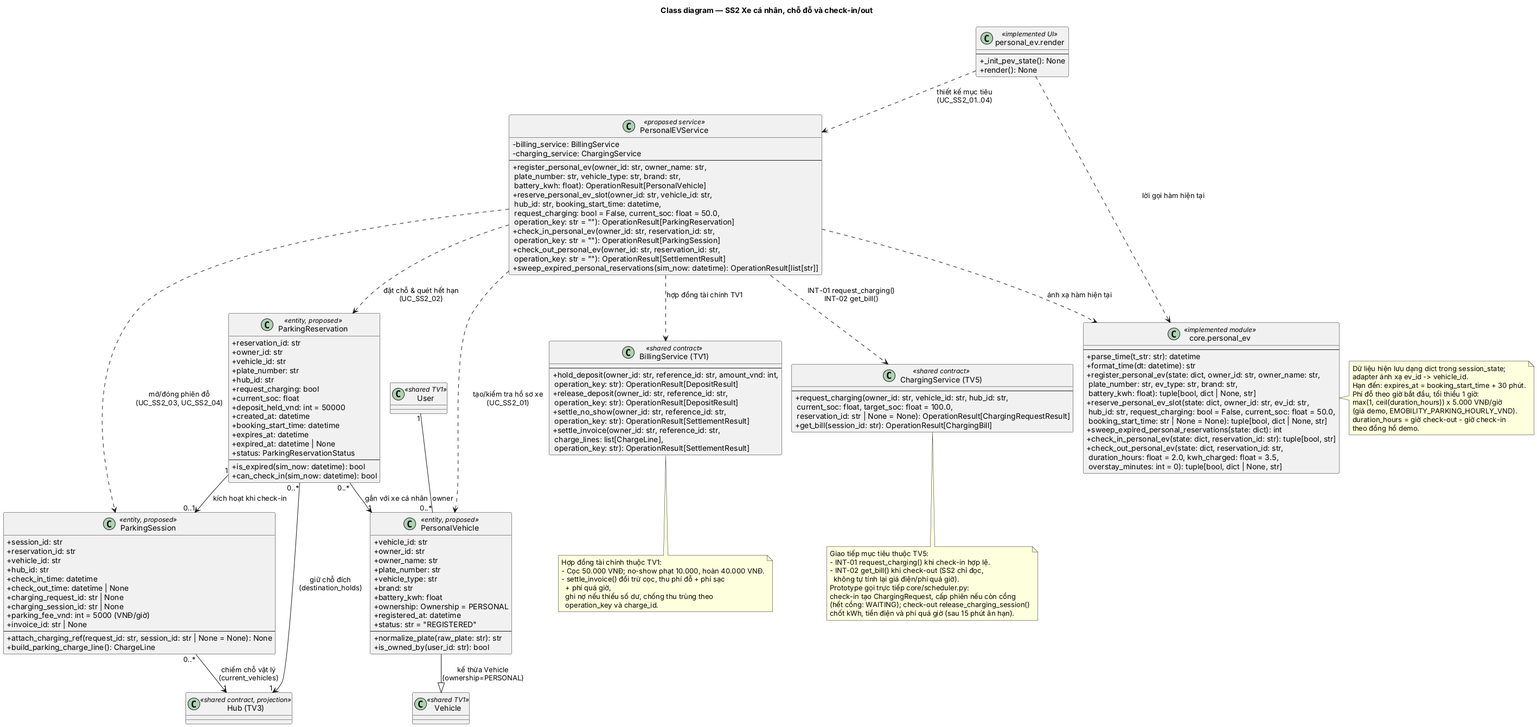
Earlier version of the PlantUML export docs/diagrams/submission_3/SS2/class_diagram.png (Dat-nguyen195/BTL_CNPM).
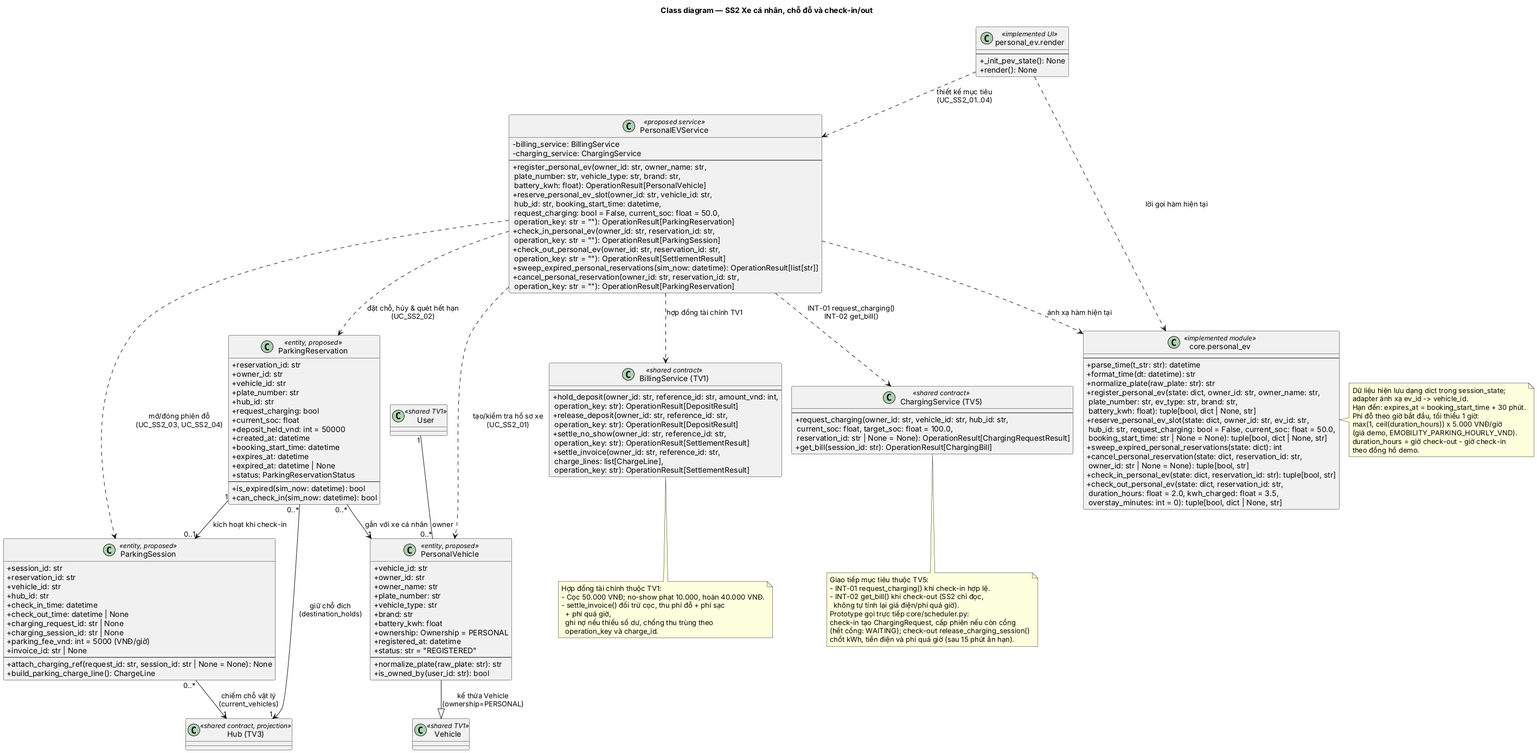
Above is the later version.

What changed in the source:
```diff
@@ -69,6 +69,7 @@
   +check_in_personal_ev(owner_id: str, reservation_id: str,\n operation_key: str = ""): OperationResult[ParkingSession]
   +check_out_personal_ev(owner_id: str, reservation_id: str,\n operation_key: str = ""): OperationResult[SettlementResult]
   +sweep_expired_personal_reservations(sim_now: datetime): OperationResult[list[str]]
+  +cancel_personal_reservation(owner_id: str, reservation_id: str,\n operation_key: str = ""): OperationResult[ParkingReservation]
 }
 
 class "personal_ev.render" as SS2UI <<implemented UI>> {
@@ -81,9 +82,11 @@
   --
   +parse_time(t_str: str): datetime
   +format_time(dt: datetime): str
+  +normalize_plate(raw_plate: str): str
   +register_personal_ev(state: dict, owner_id: str, owner_name: str,\n plate_number: str, ev_type: str, brand: str,\n battery_kwh: float): tuple[bool, dict | None, str]
   +reserve_personal_ev_slot(state: dict, owner_id: str, ev_id: str,\n hub_id: str, request_charging: bool = False, current_soc: float = 50.0,\n booking_start_time: str | None = None): tuple[bool, dict | None, str]
   +sweep_expired_personal_reservations(state: dict): int
+  +cancel_personal_reservation(state: dict, reservation_id: str,\n owner_id: str | None = None): tuple[bool, str]
   +check_in_personal_ev(state: dict, reservation_id: str): tuple[bool, str]
   +check_out_personal_ev(state: dict, reservation_id: str,\n duration_hours: float = 2.0, kwh_charged: float = 3.5,\n overstay_minutes: int = 0): tuple[bool, dict | None, str]
 }
@@ -115,7 +118,7 @@
 ParkingSession "0..*" --> "1" SharedHub : chiếm chỗ vật lý\n(current_vehicles)
 
 PersonalEVService ..> PersonalVehicle : tạo/kiểm tra hồ sơ xe\n(UC_SS2_01)
-PersonalEVService ..> ParkingReservation : đặt chỗ & quét hết hạn\n(UC_SS2_02)
+PersonalEVService ..> ParkingReservation : đặt chỗ, hủy & quét hết hạn\n(UC_SS2_02)
 PersonalEVService ..> ParkingSession : mở/đóng phiên đỗ\n(UC_SS2_03, UC_SS2_04)
 PersonalEVService ..> PersonalEVModule : ánh xạ hàm hiện tại
 PersonalEVService ..> BillingService : hợp đồng tài chính TV1
```
